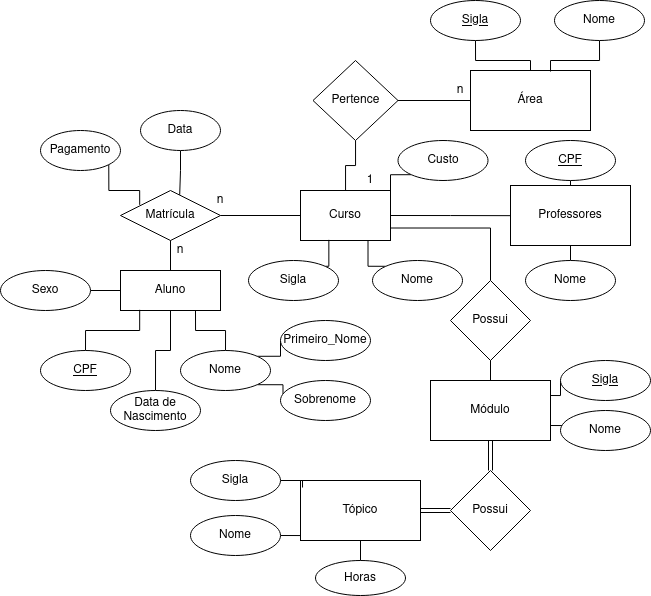
This is Untitled Diagram.png from samuelspineli34/AED2, a draw.io export, as it was before one commit. Source tidied: cells renumbered, new cells last; positions are measured from the earlier drawing's top-left corner, leaving out a move shared by most shapes.
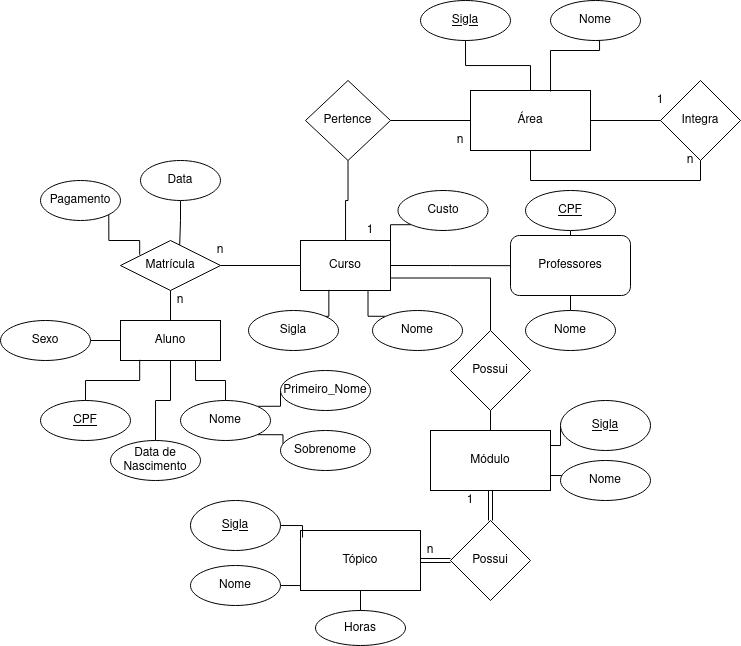
Later version of the same file.

Diff of the diagram source:
```diff
@@ -23,10 +23,13 @@
       <mxGeometry relative="1" as="geometry" />
     </mxCell>
     <mxCell id="8" value="Pertence" style="rhombus;whiteSpace=wrap;html=1;" parent="1" vertex="1">
-      <mxGeometry x="312.5" y="60" width="85" height="80" as="geometry" />
+      <mxGeometry x="305" y="30" width="85" height="80" as="geometry" />
     </mxCell>
+    <mxCell id="65" style="edgeStyle=orthogonalEdgeStyle;rounded=0;jettySize=auto;html=1;entryX=0;entryY=0.5;entryDx=0;entryDy=0;endArrow=none;endFill=0;" parent="1" edge="1" source="9" target="67">
+      <mxGeometry relative="1" as="geometry" />
+    </mxCell>
     <mxCell id="9" value="Área" style="rounded=0;whiteSpace=wrap;html=1;" parent="1" vertex="1">
-      <mxGeometry x="470" y="70" width="120" height="60" as="geometry" />
+      <mxGeometry x="470" y="40" width="120" height="60" as="geometry" />
     </mxCell>
     <mxCell id="10" value="n" style="text;html=1;strokeColor=none;fillColor=none;align=center;verticalAlign=middle;whiteSpace=wrap;rounded=0;" parent="1" vertex="1">
       <mxGeometry x="440" y="80" width="40" height="20" as="geometry" />
@@ -38,18 +41,19 @@
       <mxGeometry relative="1" as="geometry" />
     </mxCell>
     <mxCell id="13" value="Sigla" style="ellipse;whiteSpace=wrap;html=1;fontStyle=4;" parent="1" vertex="1">
-      <mxGeometry x="430" width="90" height="40" as="geometry" />
+      <mxGeometry x="420" y="-50" width="90" height="40" as="geometry" />
     </mxCell>
     <mxCell id="14" style="edgeStyle=orthogonalEdgeStyle;rounded=0;jettySize=auto;html=1;exitX=0.5;exitY=1;exitDx=0;exitDy=0;endArrow=none;endFill=0;strokeColor=#000000;entryX=0.667;entryY=0.017;entryDx=0;entryDy=0;entryPerimeter=0;" parent="1" edge="1" source="15" target="9">
       <mxGeometry relative="1" as="geometry">
         <Array as="points">
-          <mxPoint x="599" y="60" />
-          <mxPoint x="550" y="60" />
+          <mxPoint x="599" y="-10" />
+          <mxPoint x="599" />
+          <mxPoint x="550" />
         </Array>
       </mxGeometry>
     </mxCell>
     <mxCell id="15" value="Nome" style="ellipse;whiteSpace=wrap;html=1;" parent="1" vertex="1">
-      <mxGeometry x="554" width="90" height="40" as="geometry" />
+      <mxGeometry x="550" y="-50" width="90" height="40" as="geometry" />
     </mxCell>
     <mxCell id="16" style="edgeStyle=orthogonalEdgeStyle;rounded=0;jettySize=auto;html=1;exitX=1;exitY=0;exitDx=0;exitDy=0;entryX=0.315;entryY=0.987;entryDx=0;entryDy=0;entryPerimeter=0;endArrow=none;endFill=0;strokeColor=#000000;" parent="1" edge="1" source="17" target="4">
       <mxGeometry relative="1" as="geometry" />
@@ -69,7 +73,7 @@
     <mxCell id="21" value="Custo" style="ellipse;whiteSpace=wrap;html=1;" parent="1" vertex="1">
       <mxGeometry x="397.5" y="140" width="90" height="40" as="geometry" />
     </mxCell>
-    <mxCell id="22" value="Professores" style="rounded=0;whiteSpace=wrap;html=1;" parent="1" vertex="1">
+    <mxCell id="22" value="Professores" style="rounded=1;whiteSpace=wrap;html=1;strokeWidth=1;" parent="1" vertex="1">
       <mxGeometry x="510" y="185" width="120" height="60" as="geometry" />
     </mxCell>
     <mxCell id="23" style="edgeStyle=orthogonalEdgeStyle;rounded=0;jettySize=auto;html=1;exitX=0.5;exitY=0;exitDx=0;exitDy=0;entryX=0.5;entryY=1;entryDx=0;entryDy=0;endArrow=none;endFill=0;strokeColor=#000000;" parent="1" edge="1" source="24" target="22">
@@ -157,7 +161,7 @@
       <mxGeometry x="450" y="280" width="80" height="80" as="geometry" />
     </mxCell>
     <mxCell id="51" value="&lt;div&gt;&lt;u&gt;Sigla&lt;/u&gt;&lt;br&gt;&lt;/div&gt;" style="ellipse;whiteSpace=wrap;html=1;" parent="1" vertex="1">
-      <mxGeometry x="560" y="360" width="90" height="40" as="geometry" />
+      <mxGeometry x="560" y="350" width="90" height="50" as="geometry" />
     </mxCell>
     <mxCell id="52" value="Nome" style="ellipse;whiteSpace=wrap;html=1;" parent="1" vertex="1">
       <mxGeometry x="560" y="410" width="90" height="40" as="geometry" />
@@ -180,8 +184,8 @@
     <mxCell id="58" style="edgeStyle=orthogonalEdgeStyle;rounded=0;jettySize=auto;html=1;exitX=1;exitY=0.5;exitDx=0;exitDy=0;entryX=0.017;entryY=0.117;entryDx=0;entryDy=0;entryPerimeter=0;endArrow=none;endFill=0;strokeColor=#000000;" parent="1" edge="1" source="59" target="55">
       <mxGeometry relative="1" as="geometry" />
     </mxCell>
-    <mxCell id="59" value="&lt;div&gt;Sigla&lt;/div&gt;" style="ellipse;whiteSpace=wrap;html=1;" parent="1" vertex="1">
-      <mxGeometry x="190" y="460" width="90" height="40" as="geometry" />
+    <mxCell id="59" value="&lt;div&gt;&lt;u&gt;Sigla&lt;/u&gt;&lt;/div&gt;" style="ellipse;whiteSpace=wrap;html=1;" parent="1" vertex="1">
+      <mxGeometry x="190" y="450" width="90" height="50" as="geometry" />
     </mxCell>
     <mxCell id="60" style="edgeStyle=orthogonalEdgeStyle;rounded=0;jettySize=auto;html=1;exitX=1;exitY=0.5;exitDx=0;exitDy=0;entryX=0;entryY=0.75;entryDx=0;entryDy=0;endArrow=none;endFill=0;strokeColor=#000000;" parent="1" edge="1" source="61" target="55">
       <mxGeometry relative="1" as="geometry" />
@@ -198,5 +202,23 @@
     <mxCell id="64" value="n" style="text;html=1;strokeColor=none;fillColor=none;align=center;verticalAlign=middle;whiteSpace=wrap;rounded=0;" parent="1" vertex="1">
       <mxGeometry x="160" y="240" width="40" height="20" as="geometry" />
     </mxCell>
+    <mxCell id="66" style="edgeStyle=orthogonalEdgeStyle;rounded=0;jettySize=auto;html=1;exitX=0.5;exitY=1;exitDx=0;exitDy=0;entryX=0.5;entryY=1;entryDx=0;entryDy=0;endArrow=none;endFill=0;" parent="1" edge="1" source="67" target="9">
+      <mxGeometry relative="1" as="geometry" />
+    </mxCell>
+    <mxCell id="67" value="Integra" style="rhombus;whiteSpace=wrap;html=1;" parent="1" vertex="1">
+      <mxGeometry x="660" y="30" width="80" height="80" as="geometry" />
+    </mxCell>
+    <mxCell id="68" value="1" style="text;html=1;strokeColor=none;fillColor=none;align=center;verticalAlign=middle;whiteSpace=wrap;rounded=0;" parent="1" vertex="1">
+      <mxGeometry x="450" y="440" width="40" height="20" as="geometry" />
+    </mxCell>
+    <mxCell id="69" value="n" style="text;html=1;strokeColor=none;fillColor=none;align=center;verticalAlign=middle;whiteSpace=wrap;rounded=0;" parent="1" vertex="1">
+      <mxGeometry x="410" y="490" width="40" height="20" as="geometry" />
+    </mxCell>
+    <mxCell id="70" value="1" style="text;html=1;strokeColor=none;fillColor=none;align=center;verticalAlign=middle;whiteSpace=wrap;rounded=0;" parent="1" vertex="1">
+      <mxGeometry x="640" y="40" width="40" height="20" as="geometry" />
+    </mxCell>
+    <mxCell id="71" value="n" style="text;html=1;strokeColor=none;fillColor=none;align=center;verticalAlign=middle;whiteSpace=wrap;rounded=0;" parent="1" vertex="1">
+      <mxGeometry x="670" y="100" width="40" height="20" as="geometry" />
+    </mxCell>
   </root>
 </mxGraphModel>
```
